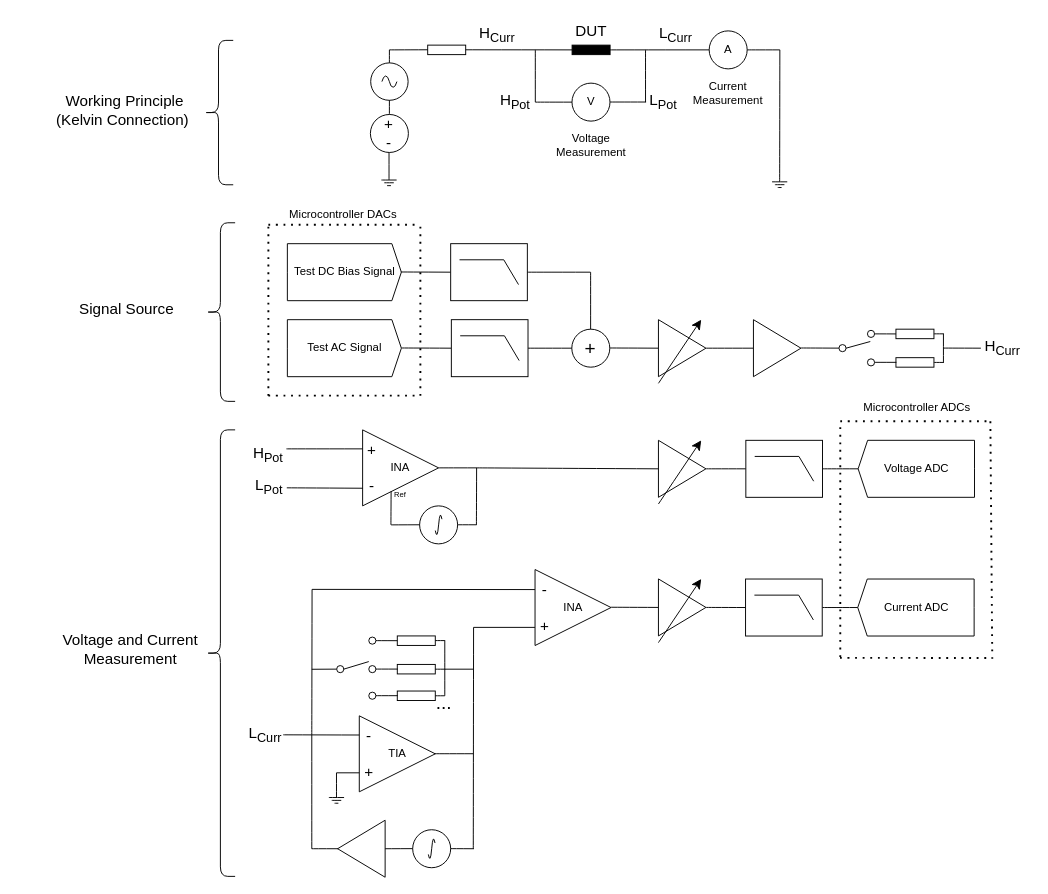
DumberThanUsual/EEE3-Instrumentation keeps this draw.io diagram as instrument.drawio. Above is the earlier version. Source tidied: cells renumbered, new cells numbered last; positions are measured from the earlier drawing's top-left corner, leaving out a move shared by most shapes. Both pictures are drawn from the tidied source at 95%, with x=0, y=0 at pixel (16, 16).
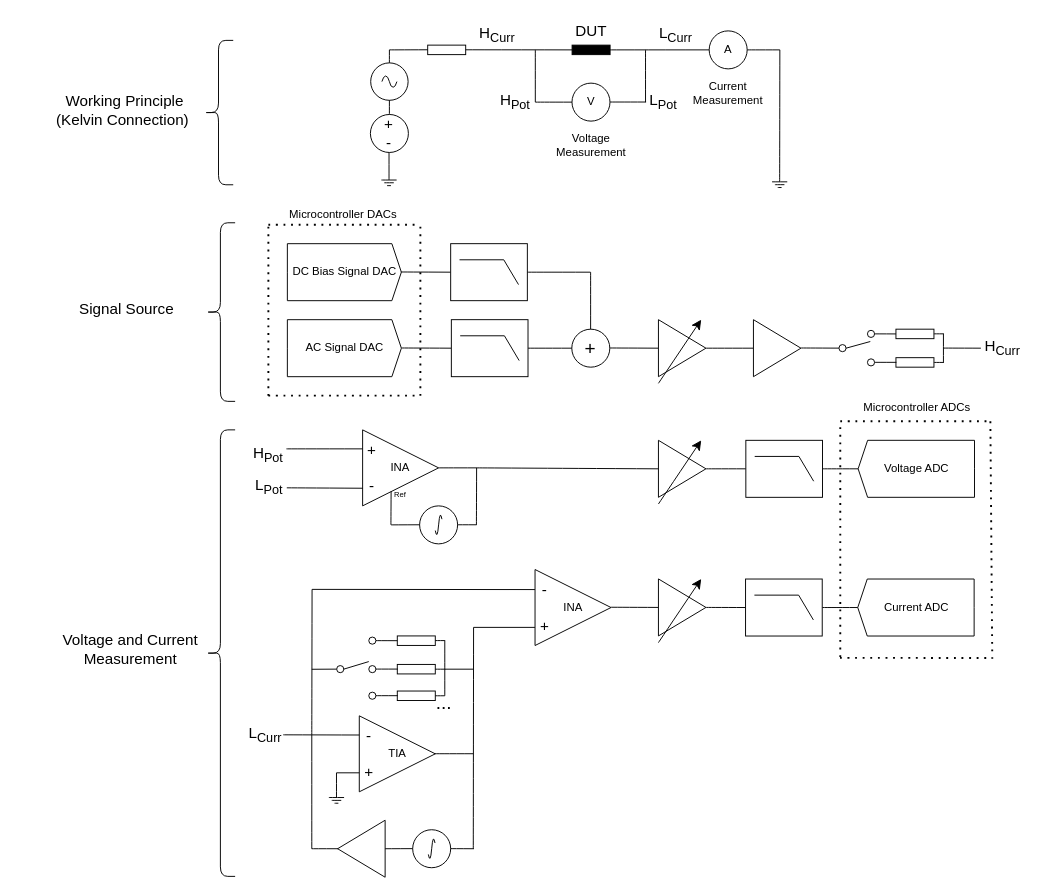
The same diagram, later.

The edit, as a diff of the source:
```diff
@@
-    <mxCell id="15" value="Test DC Bias Signal" style="html=1;shadow=0;dashed=0;align=center;verticalAlign=middle;shape=mxgraph.arrows2.arrow;dy=0;dx=10;notch=0;" parent="1" vertex="1">
+    <mxCell id="15" value="DC Bias Signal DAC" style="html=1;shadow=0;dashed=0;align=center;verticalAlign=middle;shape=mxgraph.arrows2.arrow;dy=0;dx=10;notch=0;" parent="1" vertex="1">
       <mxGeometry x="285" y="239" width="120" height="60" as="geometry" />
     </mxCell>
-    <mxCell id="16" value="Test AC Signal" style="html=1;shadow=0;dashed=0;align=center;verticalAlign=middle;shape=mxgraph.arrows2.arrow;dy=0;dx=10;notch=0;" parent="1" vertex="1">
+    <mxCell id="16" value="AC Signal DAC" style="html=1;shadow=0;dashed=0;align=center;verticalAlign=middle;shape=mxgraph.arrows2.arrow;dy=0;dx=10;notch=0;" parent="1" vertex="1">
       <mxGeometry x="285" y="319" width="120" height="60" as="geometry" />
     </mxCell>
```
